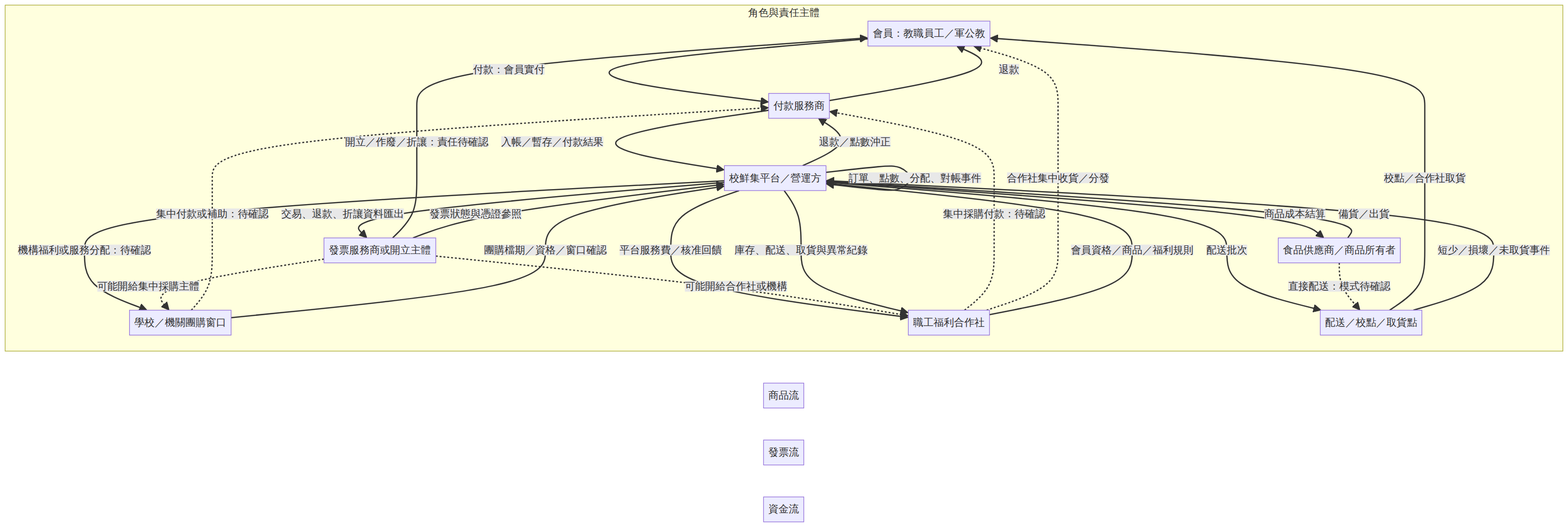
pingoapple88/Stallpay-lp keeps this Mermaid diagram as XIAOXIANJI_FUNDS_INVOICE_GOODS_FLOW.png. Above is the earlier version. Its source is kept beside it as XIAOXIANJI_FUNDS_INVOICE_GOODS_FLOW.mmd.
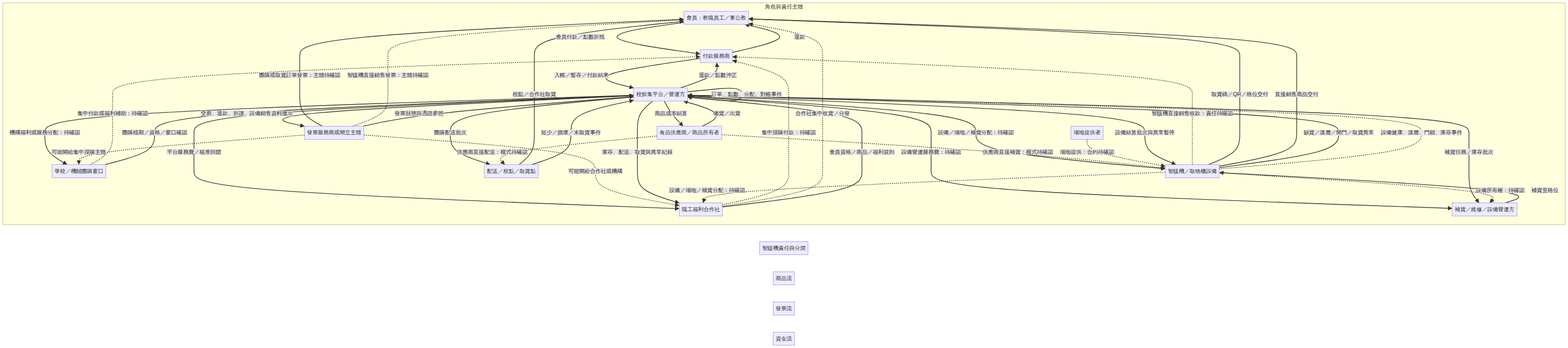
Later version of the same file.

Change to the diagram source:
```diff
@@ -8,36 +8,57 @@
     P[付款服務商]
     I[發票服務商或開立主體]
     D[配送／校點／取貨點]
+    V[智販機／取物櫃設備]
+    R[補貨／維修／設備營運方]
+    G[場地提供者]
   end
 
   subgraph Funds[資金流]
-    M -->|付款：會員實付| P
-    O -.->|集中付款或補助：待確認| P
+    M -->|會員付款／點數折抵| P
+    O -.->|集中付款或福利補助：待確認| P
     C -.->|集中採購付款：待確認| P
     P -->|入帳／暫存／付款結果| X
+    V -.->|智販機直接銷售收款：責任待確認| P
     X -->|商品成本結算| S
     X -->|平台服務費／核准回饋| C
     X -->|機構福利或服務分配：待確認| O
+    X -->|設備／場地／補貨分配：待確認| V
+    X -->|設備營運服務費：待確認| R
     X -->|退款／點數沖正| P
     P -->|退款| M
   end
 
   subgraph Invoices[發票流]
-    I -->|開立／作廢／折讓：責任待確認| M
+    I -->|團購或取貨訂單發票：主體待確認| M
     I -.->|可能開給合作社或機構| C
     I -.->|可能開給集中採購主體| O
-    X -->|交易、退款、折讓資料匯出| I
+    I -.->|智販機直接銷售發票：主體待確認| M
+    X -->|交易、退款、折讓、設備銷售資料匯出| I
     I -->|發票狀態與憑證參照| X
   end
 
   subgraph Goods[商品流]
     S -->|備貨／出貨| X
-    X -->|配送批次| D
+    X -->|團購配送批次| D
     D -->|校點／合作社取貨| M
-    S -.->|直接配送：模式待確認| D
+    S -.->|供應商直接配送：模式待確認| D
+    X -->|補貨任務／庫存批次| R
+    R -->|補貨至格位| V
+    S -.->|供應商直接補貨：模式待確認| V
+    V -->|取貨碼／QR／格位交付| M
+    V -->|直接銷售商品交付| M
     D -->|短少／損壞／未取貨事件| X
+    V -->|缺貨／溫層／開門／取貨異常| X
     X -->|庫存、配送、取貨與異常紀錄| C
     C -.->|合作社集中收貨／分發| M
+  end
+
+  subgraph Device[智販機責任與分潤]
+    G -.->|場地提供：合約待確認| V
+    V -.->|設備所有權：待確認| R
+    V -.->|設備／場地／補貨分配：待確認| C
+    V -.->|設備健康、溫層、門鎖、庫存事件| X
+    X -->|設備結算批次與異常暫停| V
   end
 
   X -->|訂單、點數、分配、對帳事件| X
```
